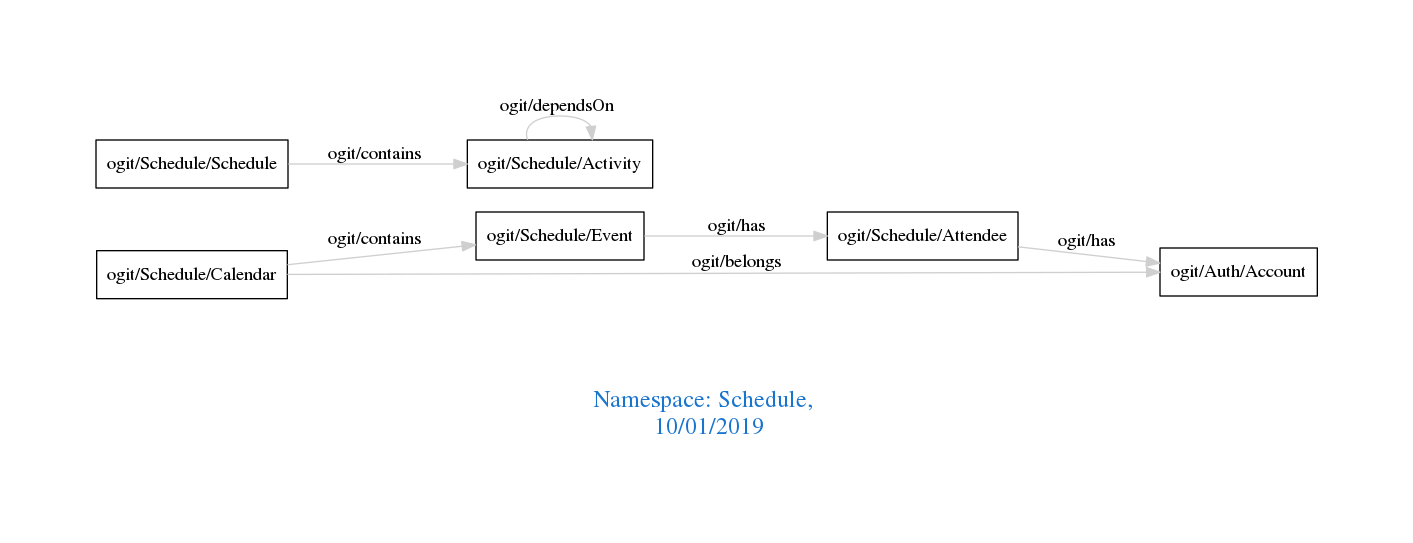
This is downloads/Schedule.png from arago/OGIT, a Graphviz export, as it was before one commit. Its source is kept beside it as downloads/Schedule.dot.
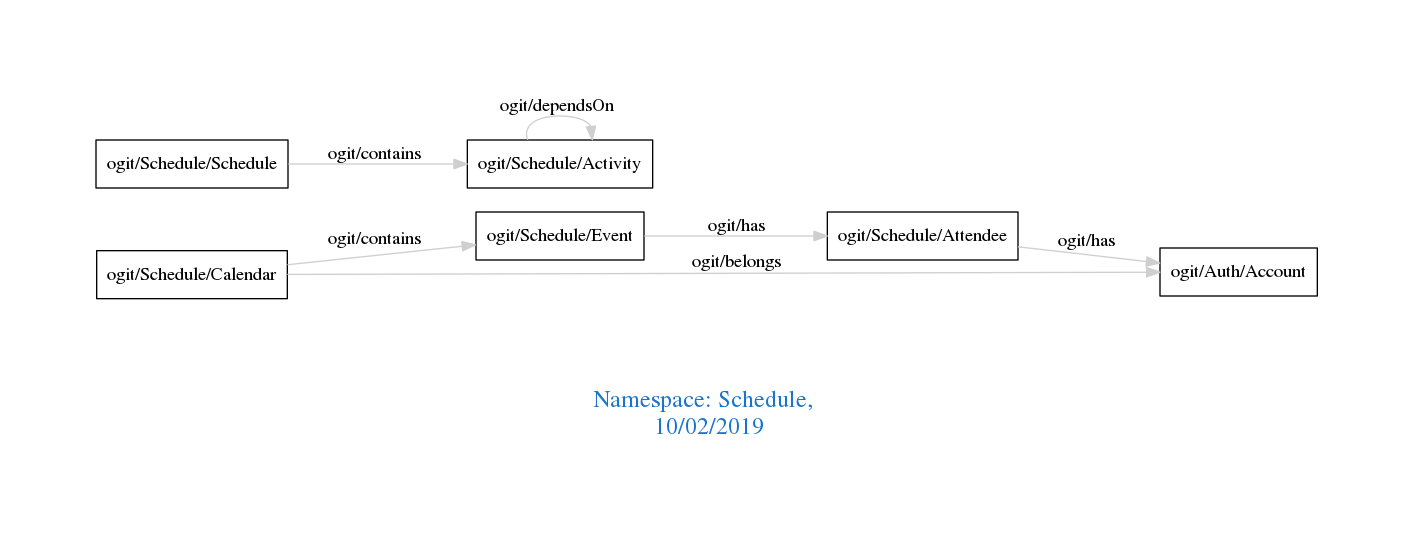
The same file after the commit.

Change to the diagram source:
```diff
@@ -1,7 +1,7 @@
 digraph OGIT_ontology {
  graph [ rankdir= LR,pad=1
 fontsize = 18,
-fontcolor= dodgerblue3,label = "\n\n\nNamespace: Schedule, \n 10/01/2019"];
+fontcolor= dodgerblue3,label = "\n\n\nNamespace: Schedule, \n 10/02/2019"];
 node[shape=polygon];
 edge [  color="gray81"];
 
```
